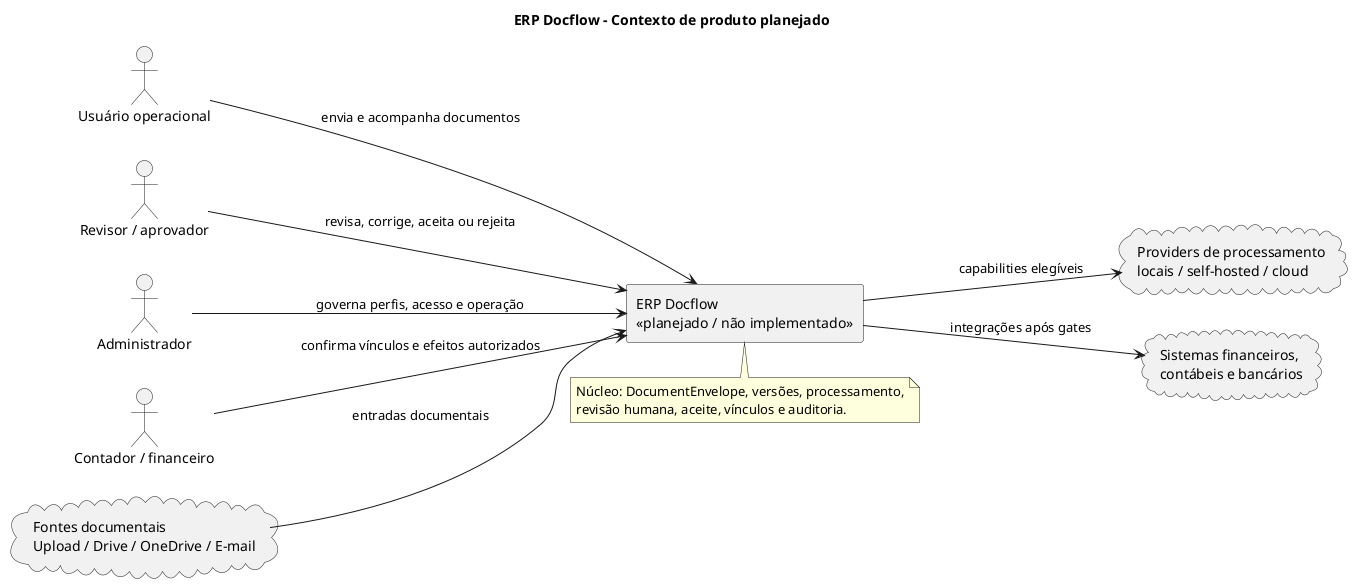
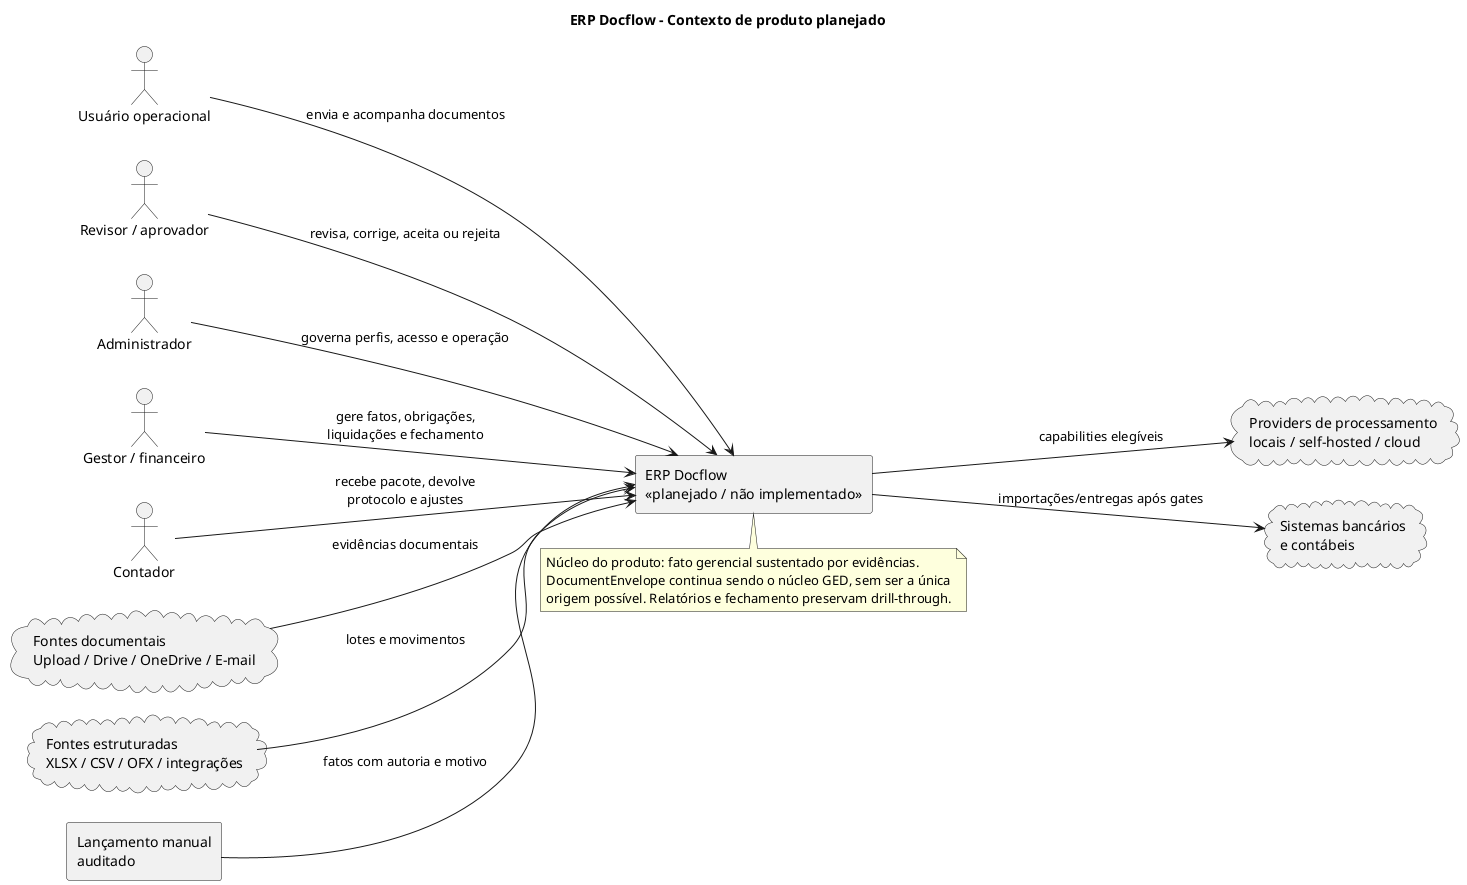
@startuml
- ' Issue #22
+ ' Issues #22 and #73
' Related ADRs: ADR-0001, ADR-0012, ADR-0013, ADR-0015, ADR-0016 (proposed)
' Guardrail: planned product context; no component or integration is implemented.

title ERP Docflow - Contexto de produto planejado

left to right direction

actor "Usuário operacional" as Operator
actor "Revisor / aprovador" as Reviewer
actor "Administrador" as Admin
- actor "Contador / financeiro" as FinanceUser
+ actor "Gestor / financeiro" as Manager
+ actor "Contador" as Accountant

rectangle "ERP Docflow\n<<planejado / não implementado>>" as System

- cloud "Fontes documentais\nUpload / Drive / OneDrive / E-mail" as Sources
+ cloud "Fontes documentais\nUpload / Drive / OneDrive / E-mail" as DocumentSources
+ cloud "Fontes estruturadas\nXLSX / CSV / OFX / integrações" as StructuredSources
+ rectangle "Lançamento manual\nauditado" as ManualSource
cloud "Providers de processamento\nlocais / self-hosted / cloud" as Providers
- cloud "Sistemas financeiros,\ncontábeis e bancários" as ExternalSystems
+ cloud "Sistemas bancários\ne contábeis" as ExternalSystems

Operator --> System : envia e acompanha documentos
Reviewer --> System : revisa, corrige, aceita ou rejeita
Admin --> System : governa perfis, acesso e operação
- FinanceUser --> System : confirma vínculos e efeitos autorizados
+ Manager --> System : gere fatos, obrigações,\nliquidações e fechamento
+ Accountant --> System : recebe pacote, devolve\nprotocolo e ajustes

- Sources --> System : entradas documentais
+ DocumentSources --> System : evidências documentais
+ StructuredSources --> System : lotes e movimentos
+ ManualSource --> System : fatos com autoria e motivo
System --> Providers : capabilities elegíveis
- System --> ExternalSystems : integrações após gates
+ System --> ExternalSystems : importações/entregas após gates

note bottom of System
-   Núcleo: DocumentEnvelope, versões, processamento,
-   revisão humana, aceite, vínculos e auditoria.
+   Núcleo do produto: fato gerencial sustentado por evidências.
+   DocumentEnvelope continua sendo o núcleo GED, sem ser a única
+   origem possível. Relatórios e fechamento preservam drill-through.
end note

@enduml
- 
